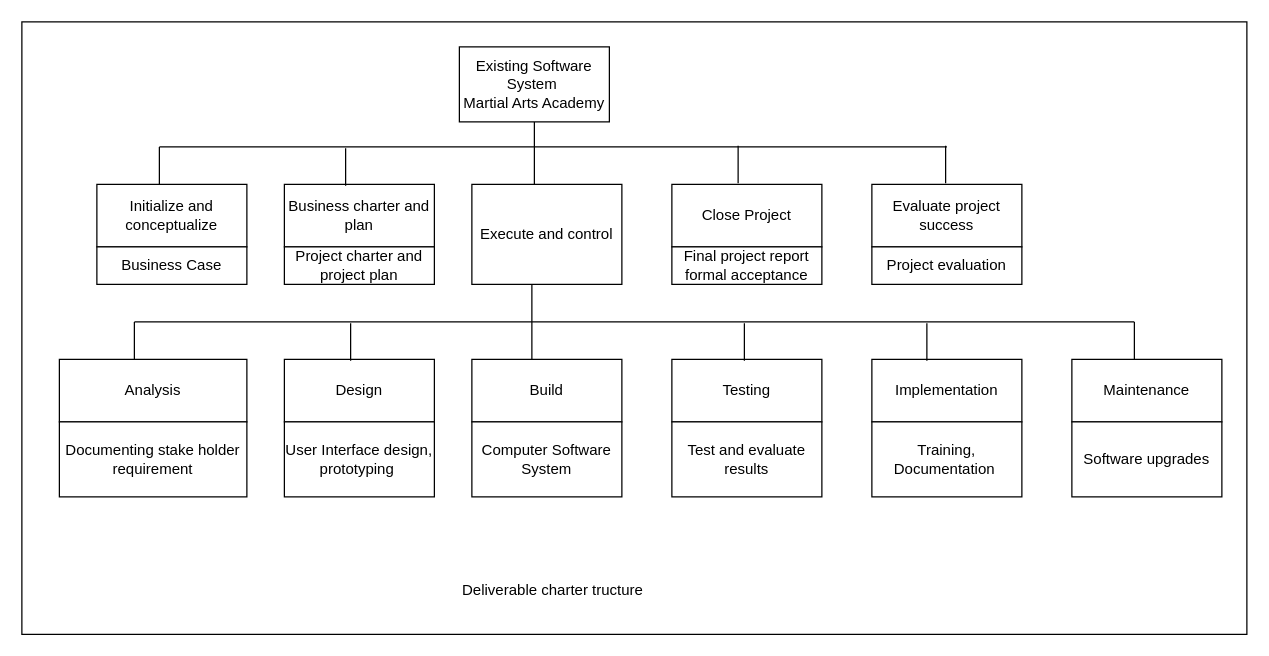
Above: Software PM DSC.drawio in emmanuel-george/TestProject (draw.io), before the change. Source tidied: cells renumbered, new cells numbered last; positions are measured from the earlier drawing's top-left corner, leaving out a move shared by most shapes. Both pictures are drawn from the tidied source at 125%, with x=0, y=0 at pixel (21, 21).
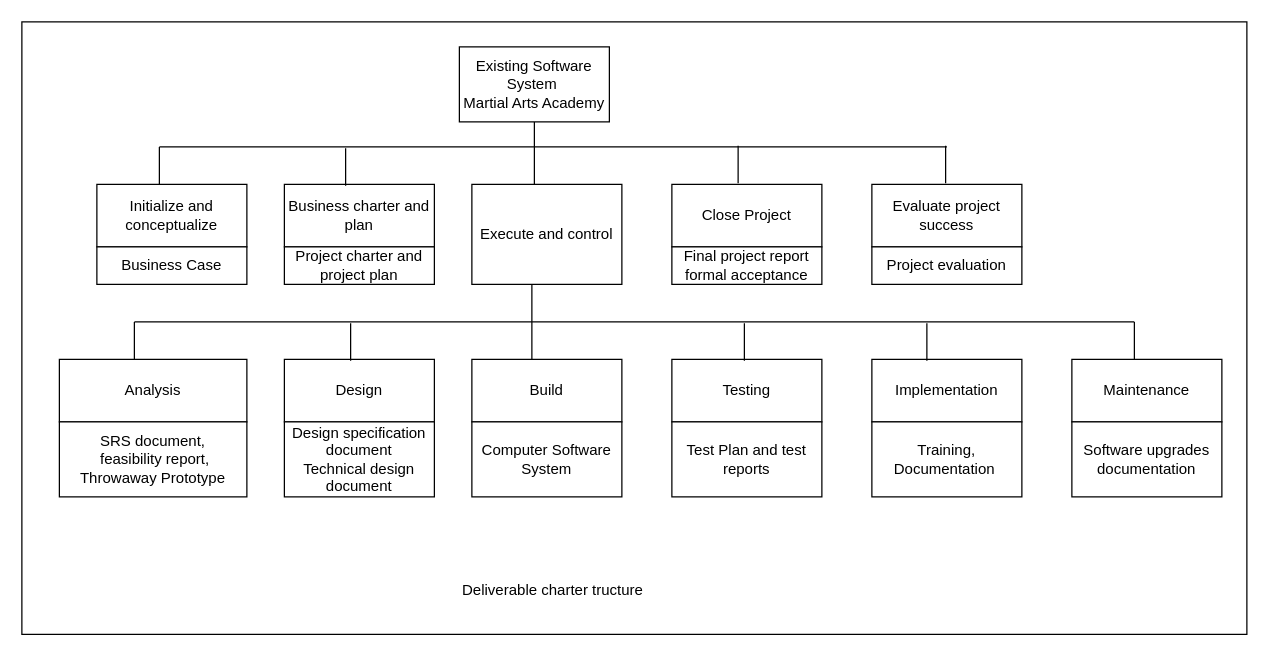
Above is the later version.

What changed in the source:
```diff
@@
-    <mxCell id="14" value="Documenting stake holder requirement" style="rounded=0;whiteSpace=wrap;html=1;" parent="1" vertex="1">
+    <mxCell id="14" value="SRS document,&lt;br&gt;&amp;nbsp;feasibility report,&lt;br&gt;Throwaway Prototype" style="rounded=0;whiteSpace=wrap;html=1;" parent="1" vertex="1">
       <mxGeometry x="30" y="320" width="150" height="60" as="geometry" />
     </mxCell>
@@
-    <mxCell id="16" value="User Interface design, prototyping&amp;nbsp;" style="rounded=0;whiteSpace=wrap;html=1;" parent="1" vertex="1">
+    <mxCell id="16" value="Design specification document&lt;br&gt;Technical design document" style="rounded=0;whiteSpace=wrap;html=1;" parent="1" vertex="1">
       <mxGeometry x="210" y="320" width="120" height="60" as="geometry" />
     </mxCell>
@@
-    <mxCell id="19" value="Test and evaluate results" style="rounded=0;whiteSpace=wrap;html=1;" parent="1" vertex="1">
+    <mxCell id="19" value="Test Plan and test reports" style="rounded=0;whiteSpace=wrap;html=1;" parent="1" vertex="1">
       <mxGeometry x="520" y="320" width="120" height="60" as="geometry" />
     </mxCell>
@@
-    <mxCell id="38" value="Software upgrades" style="rounded=0;whiteSpace=wrap;html=1;" parent="1" vertex="1">
+    <mxCell id="38" value="Software upgrades documentation" style="rounded=0;whiteSpace=wrap;html=1;" parent="1" vertex="1">
       <mxGeometry x="840" y="320" width="120" height="60" as="geometry" />
     </mxCell>
```
